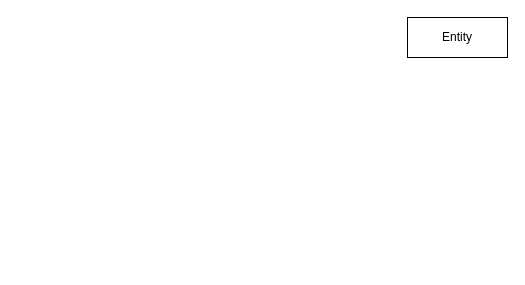
Above: documents/design models/database/conceptual_desin.drawio in jadogeri/typegraphql-tutorial (draw.io), before the change. Source tidied: cells renumbered, new cells numbered last; positions are measured from the earlier drawing's top-left corner, leaving out a move shared by most shapes. Both pictures are drawn from the tidied source at 100%, with x=0, y=0 at pixel (407, 17).
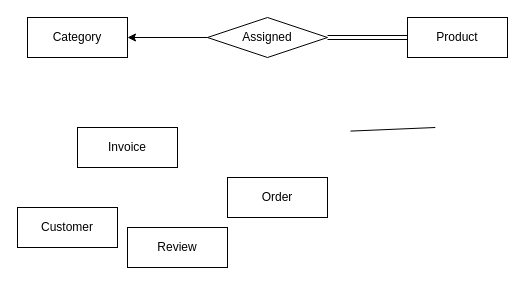
The same page after the edit.

Diff of the diagram source:
```diff
@@
 <mxGraphModel>
   <root>
     <mxCell id="0" />
     <mxCell id="1" parent="0" />
-    <mxCell id="2" value="Entity" style="whiteSpace=wrap;html=1;align=center;" parent="1" vertex="1">
+    <mxCell id="2" value="Product" style="whiteSpace=wrap;html=1;align=center;" parent="1" vertex="1">
       <mxGeometry width="100" height="40" as="geometry" />
     </mxCell>
+    <mxCell id="3" value="Assigned" style="shape=rhombus;perimeter=rhombusPerimeter;whiteSpace=wrap;html=1;align=center;" parent="1" vertex="1">
+      <mxGeometry x="-200" width="120" height="40" as="geometry" />
+    </mxCell>
+    <mxCell id="4" value="Category" style="whiteSpace=wrap;html=1;align=center;" parent="1" vertex="1">
+      <mxGeometry x="-380" width="100" height="40" as="geometry" />
+    </mxCell>
+    <mxCell id="5" value="Invoice" style="whiteSpace=wrap;html=1;align=center;" parent="1" vertex="1">
+      <mxGeometry x="-330" y="110" width="100" height="40" as="geometry" />
+    </mxCell>
+    <mxCell id="6" value="Customer" style="whiteSpace=wrap;html=1;align=center;" parent="1" vertex="1">
+      <mxGeometry x="-390" y="190" width="100" height="40" as="geometry" />
+    </mxCell>
+    <mxCell id="7" value="Order" style="whiteSpace=wrap;html=1;align=center;" parent="1" vertex="1">
+      <mxGeometry x="-180" y="160" width="100" height="40" as="geometry" />
+    </mxCell>
+    <mxCell id="8" value="Review" style="whiteSpace=wrap;html=1;align=center;" parent="1" vertex="1">
+      <mxGeometry x="-280" y="210" width="100" height="40" as="geometry" />
+    </mxCell>
+    <mxCell id="9" style="endArrow=classic;html=1;entryX=1;entryY=0.5;entryDx=0;entryDy=0;exitX=0;exitY=0.5;exitDx=0;exitDy=0;" parent="1" edge="1" source="3" target="4">
+      <mxGeometry relative="1" as="geometry" />
+    </mxCell>
+    <mxCell id="10" style="endArrow=none;html=1;entryX=-0.013;entryY=0.624;entryDx=0;entryDy=0;entryPerimeter=0;exitX=0.949;exitY=0.713;exitDx=0;exitDy=0;exitPerimeter=0;" parent="1" edge="1">
+      <mxGeometry relative="1" as="geometry">
+        <mxPoint x="-57" y="113.6" as="sourcePoint" />
+        <mxPoint x="27.8" y="110" as="targetPoint" />
+      </mxGeometry>
+    </mxCell>
+    <mxCell id="11" style="shape=link;html=1;rounded=0;entryX=0;entryY=0.5;entryDx=0;entryDy=0;exitX=1;exitY=0.5;exitDx=0;exitDy=0;" parent="1" edge="1" source="3" target="2">
+      <mxGeometry relative="1" as="geometry" />
+    </mxCell>
+    <mxCell id="12" style="html=1;whiteSpace=wrap;align=right;verticalAlign=bottom;" parent="11" vertex="1">
+      <mxGeometry x="1" relative="1" as="geometry" />
+    </mxCell>
   </root>
 </mxGraphModel>
```
